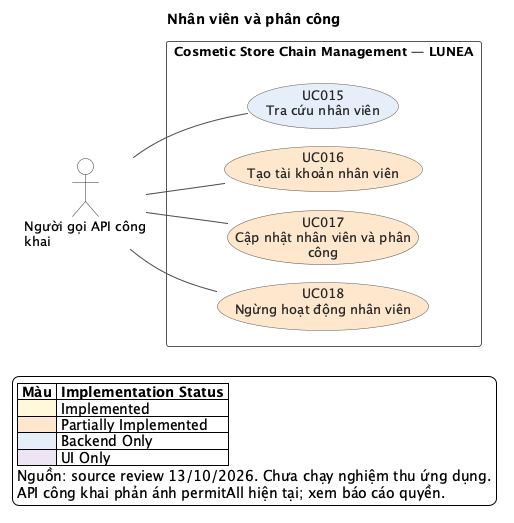
This is docs/uml/use-case/modules/employees.png from LyDongThinh2006/Cosmetic-Store-Mangement, a PlantUML export, as it was before one commit. The source it was exported from:
```plantuml
@startuml
!pragma layout smetana
left to right direction
skinparam backgroundColor #FFFFFF
skinparam shadowing false
skinparam defaultFontName SansSerif
skinparam defaultFontSize 13
skinparam ArrowColor #4A4A4A
skinparam ArrowThickness 1
skinparam actorStyle stickman
skinparam actorBackgroundColor #FFFFFF
skinparam actorBorderColor #333333
skinparam usecaseBorderColor #5C5544
skinparam usecaseFontColor #252525
skinparam rectangleBorderColor #565656
skinparam rectangleBackgroundColor #FFFFFF
skinparam nodesep 32
skinparam ranksep 70
title Nhân viên và phân công
actor "Người gọi API công\nkhai" as A_PUBLIC
rectangle "Cosmetic Store Chain Management — LUNEA" as SYSTEM {
  usecase "UC015\nTra cứu nhân viên" as UC015 #E5EEF9
  usecase "UC016\nTạo tài khoản nhân viên" as UC016 #FFE7CE
  usecase "UC017\nCập nhật nhân viên và phân\ncông" as UC017 #FFE7CE
  usecase "UC018\nNgừng hoạt động nhân viên" as UC018 #FFE7CE
}
A_PUBLIC -- UC015
A_PUBLIC -- UC016
A_PUBLIC -- UC017
A_PUBLIC -- UC018
legend bottom left
|= Màu |= Implementation Status |
|<#FFF8DB> | Implemented |
|<#FFE7CE> | Partially Implemented |
|<#E5EEF9> | Backend Only |
|<#EDE5F4> | UI Only |
Nguồn: source review 13/10/2026. Chưa chạy nghiệm thu ứng dụng.
API công khai phản ánh permitAll hiện tại; xem báo cáo quyền.
endlegend
@enduml
```
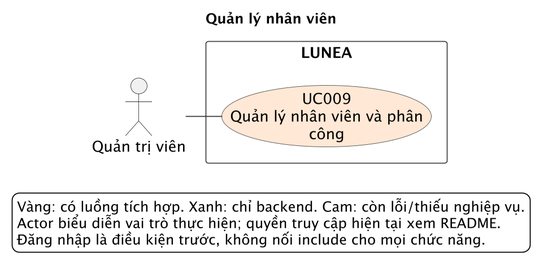
After the change.

Change to the diagram source:
```diff
@@ -1,40 +1,29 @@
 @startuml
 !pragma layout smetana
 left to right direction
-skinparam backgroundColor #FFFFFF
+skinparam backgroundColor white
 skinparam shadowing false
+skinparam dpi 170
 skinparam defaultFontName SansSerif
-skinparam defaultFontSize 13
-skinparam ArrowColor #4A4A4A
-skinparam ArrowThickness 1
+skinparam defaultFontSize 15
 skinparam actorStyle stickman
-skinparam actorBackgroundColor #FFFFFF
 skinparam actorBorderColor #333333
-skinparam usecaseBorderColor #5C5544
-skinparam usecaseFontColor #252525
-skinparam rectangleBorderColor #565656
-skinparam rectangleBackgroundColor #FFFFFF
-skinparam nodesep 32
-skinparam ranksep 70
-title Nhân viên và phân công
-actor "Người gọi API công\nkhai" as A_PUBLIC
-rectangle "Cosmetic Store Chain Management — LUNEA" as SYSTEM {
-  usecase "UC015\nTra cứu nhân viên" as UC015 #E5EEF9
-  usecase "UC016\nTạo tài khoản nhân viên" as UC016 #FFE7CE
-  usecase "UC017\nCập nhật nhân viên và phân\ncông" as UC017 #FFE7CE
-  usecase "UC018\nNgừng hoạt động nhân viên" as UC018 #FFE7CE
+skinparam usecaseBorderColor #4C4C4C
+skinparam rectangleBorderColor #444444
+skinparam rectangleBackgroundColor white
+skinparam ArrowColor #333333
+skinparam nodesep 35
+skinparam ranksep 80
+skinparam packageTitleAlignment center
+title Quản lý nhân viên
+actor "Quản trị viên" as A_ADMIN
+rectangle "LUNEA" as SYSTEM {
+  usecase "UC009\nQuản lý nhân viên và phân\ncông" as UC009 #FFE8D5
 }
-A_PUBLIC -- UC015
-A_PUBLIC -- UC016
-A_PUBLIC -- UC017
-A_PUBLIC -- UC018
+A_ADMIN -- UC009
 legend bottom left
-|= Màu |= Implementation Status |
-|<#FFF8DB> | Implemented |
-|<#FFE7CE> | Partially Implemented |
-|<#E5EEF9> | Backend Only |
-|<#EDE5F4> | UI Only |
-Nguồn: source review 13/10/2026. Chưa chạy nghiệm thu ứng dụng.
-API công khai phản ánh permitAll hiện tại; xem báo cáo quyền.
+Vàng: có luồng tích hợp. Xanh: chỉ backend. Cam: còn lỗi/thiếu nghiệp vụ.
+Actor biểu diễn vai trò thực hiện; quyền truy cập hiện tại xem README.
+Đăng nhập là điều kiện trước, không nối include cho mọi chức năng.
 endlegend
 @enduml
```
